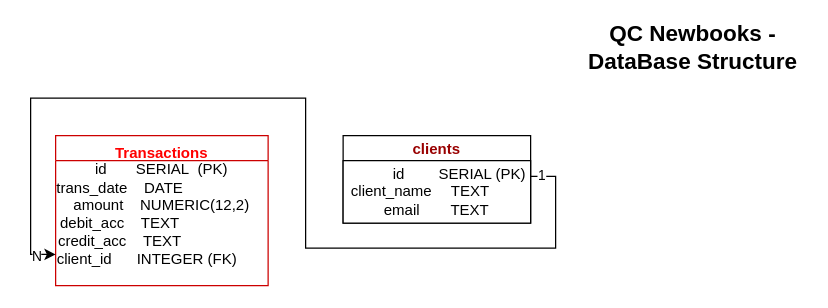
The draw.io diagram page "Part B - ERD" (2 of 2) of QC_Newbooks_Diagrams.drawio in Dave13-Ui/diagram-qc-new-books, before the edit. Source tidied: cells renumbered, new cells numbered last; positions are measured from the earlier drawing's top-left corner, leaving out a move shared by most shapes. Both pictures are drawn from the tidied source at 125%, with x=0, y=0 at pixel (30, 22).
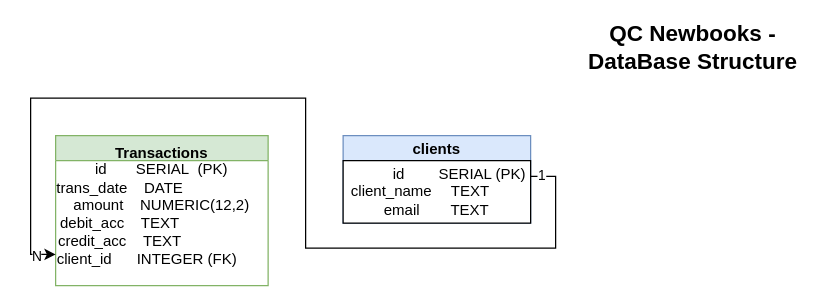
Above is the later version.

What changed in the source:
```diff
@@
 <mxGraphModel>
   <root>
     <mxCell id="0" />
     <mxCell id="1" parent="0" />
     <mxCell id="2" value="&lt;b&gt;&lt;font style=&quot;font-size: 18px;&quot;&gt;QC Newbooks - DataBase Structure&lt;/font&gt;&lt;/b&gt;" style="text;html=1;whiteSpace=wrap;strokeColor=none;fillColor=none;align=center;verticalAlign=middle;rounded=0;" parent="1" vertex="1">
       <mxGeometry x="440" width="180" height="40" as="geometry" />
     </mxCell>
-    <mxCell id="3" value="Transactions" style="swimlane;fontStyle=1;horizontal=1;startSize=20;fillColor=#ffffff;swimlaneFillColor=#ffffff;verticalAlign=top;align=center;strokeColor=#CC0000;fontColor=#FF0000;fontSize=12;" parent="1" vertex="1">
+    <mxCell id="3" value="Transactions" style="swimlane;fontStyle=1;horizontal=1;startSize=20;fillColor=#d5e8d4;swimlaneFillColor=#ffffff;verticalAlign=top;align=center;strokeColor=#82b366;fontSize=12;" parent="1" vertex="1">
       <mxGeometry x="20" y="90" width="170" height="120" as="geometry" />
     </mxCell>
     <mxCell id="4" value="id&amp;nbsp;&amp;nbsp;&amp;nbsp;&amp;nbsp;&amp;nbsp;&amp;nbsp;&amp;nbsp;SERIAL&amp;nbsp; (PK)&lt;br style=&quot;padding: 0px; margin: 0px;&quot;&gt;trans_date&amp;nbsp;&amp;nbsp;&amp;nbsp;&amp;nbsp;DATE&amp;nbsp; &amp;nbsp; &amp;nbsp; &amp;nbsp; &amp;nbsp; &amp;nbsp; &amp;nbsp; &amp;nbsp; &amp;nbsp; &amp;nbsp;&amp;nbsp;&lt;br style=&quot;padding: 0px; margin: 0px;&quot;&gt;amount&amp;nbsp;&amp;nbsp;&amp;nbsp;&amp;nbsp;NUMERIC(12,2)&lt;br style=&quot;padding: 0px; margin: 0px;&quot;&gt;debit_acc&amp;nbsp;&amp;nbsp;&amp;nbsp;&amp;nbsp;TEXT&amp;nbsp; &amp;nbsp; &amp;nbsp; &amp;nbsp; &amp;nbsp; &amp;nbsp; &amp;nbsp; &amp;nbsp; &amp;nbsp; &amp;nbsp;&amp;nbsp;&lt;br style=&quot;padding: 0px; margin: 0px;&quot;&gt;credit_acc&amp;nbsp;&amp;nbsp;&amp;nbsp;&amp;nbsp;TEXT&amp;nbsp; &amp;nbsp; &amp;nbsp; &amp;nbsp; &amp;nbsp; &amp;nbsp; &amp;nbsp; &amp;nbsp; &amp;nbsp; &amp;nbsp;&amp;nbsp;&lt;br style=&quot;padding: 0px; margin: 0px;&quot;&gt;client_id&amp;nbsp; &amp;nbsp; &amp;nbsp; INTEGER (FK)&amp;nbsp; &amp;nbsp; &amp;nbsp; &amp;nbsp;&lt;div style=&quot;padding: 0px; margin: 0px;&quot;&gt;&lt;br style=&quot;padding: 0px; margin: 0px; color: rgb(255, 0, 0); text-wrap-mode: nowrap;&quot;&gt;&lt;/div&gt;" style="text;html=1;whiteSpace=wrap;strokeColor=none;fillColor=none;align=center;verticalAlign=middle;rounded=0;" parent="3" vertex="1">
       <mxGeometry y="20" width="170" height="100" as="geometry" />
     </mxCell>
-    <mxCell id="5" value="clients" style="swimlane;fontStyle=1;horizontal=1;startSize=20;fillColor=#ffffff;swimlaneFillColor=#ffffff;fontColor=#990000;" parent="1" vertex="1">
+    <mxCell id="5" value="clients" style="swimlane;fontStyle=1;horizontal=1;startSize=20;fillColor=#dae8fc;swimlaneFillColor=#ffffff;strokeColor=#6c8ebf;" parent="1" vertex="1">
       <mxGeometry x="250" y="90" width="150" height="70" as="geometry" />
     </mxCell>
     <mxCell id="6" value="&lt;span style=&quot;white-space: pre;&quot;&gt;&#9;&lt;/span&gt;&amp;nbsp; &amp;nbsp;id &lt;span style=&quot;white-space: pre;&quot;&gt;&#9;&lt;/span&gt;&amp;nbsp; &amp;nbsp; &amp;nbsp; SERIAL (PK)&lt;div&gt;client_name&lt;span style=&quot;white-space: pre;&quot;&gt;&#9;&lt;/span&gt;TEXT&lt;span style=&quot;white-space: pre;&quot;&gt;&#9;&lt;/span&gt;&amp;nbsp;&lt;/div&gt;&lt;div&gt;email &lt;span style=&quot;white-space: pre;&quot;&gt;&#9;&lt;/span&gt;TEXT&lt;/div&gt;" style="html=1;dashed=0;whiteSpace=wrap;" parent="5" vertex="1">
       <mxGeometry y="20" width="150" height="50" as="geometry" />
     </mxCell>
     <mxCell id="7" style="edgeStyle=orthogonalEdgeStyle;rounded=0;jettySize=auto;html=1;exitX=1;exitY=0.25;exitDx=0;exitDy=0;entryX=0;entryY=0.75;entryDx=0;entryDy=0;" parent="1" edge="1" source="6" target="4">
       <mxGeometry relative="1" as="geometry">
         <Array as="points">
           <mxPoint x="420" y="123" />
           <mxPoint x="420" y="180" />
           <mxPoint x="220" y="180" />
           <mxPoint x="220" y="60" />
           <mxPoint y="60" />
           <mxPoint y="185" />
         </Array>
       </mxGeometry>
     </mxCell>
     <mxCell id="8" value="N" style="edgeLabel;html=1;align=center;verticalAlign=middle;" parent="7" vertex="1">
       <mxGeometry x="0.96" y="-1" relative="1" as="geometry" />
     </mxCell>
     <mxCell id="9" value="1" style="edgeLabel;html=1;align=center;verticalAlign=middle;" parent="7" vertex="1">
       <mxGeometry x="-0.98" y="1" relative="1" as="geometry" />
     </mxCell>
   </root>
 </mxGraphModel>
```
